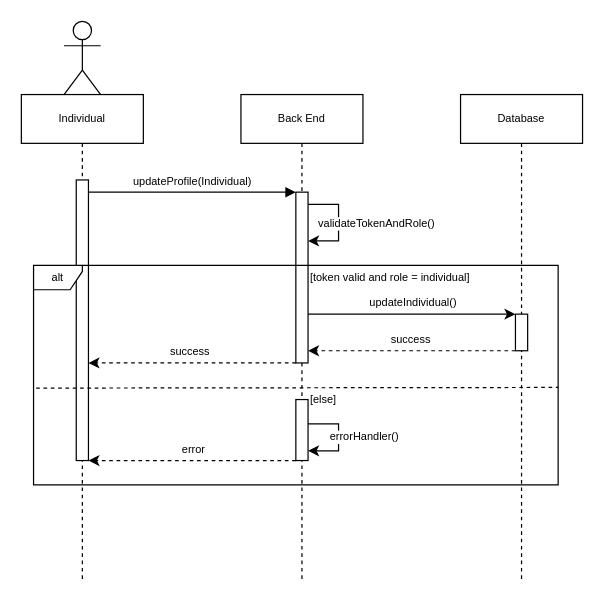
Above: page "Ind Update Profile" (3 of 14) of diagram/Untitled Diagram.drawio in SeeN-Zero/foundlunteer-diagram (draw.io), before the change. Source tidied: cells renumbered, new cells numbered last; positions are measured from the earlier drawing's top-left corner, leaving out a move shared by most shapes. Both pictures are drawn from the tidied source at 122%, with x=0, y=0 at pixel (21, 21).
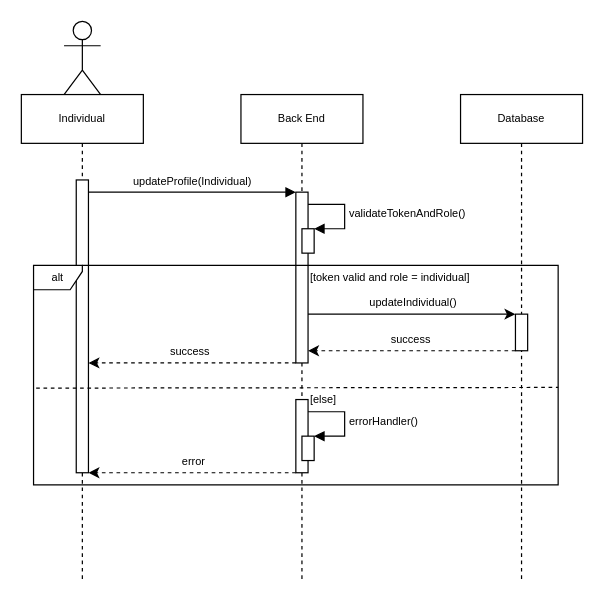
The same page after the edit.

The change refers to these unchanged cells:
```xml
<mxCell id="2" value="Individual" style="shape=umlLifeline;perimeter=lifelinePerimeter;whiteSpace=wrap;html=1;newEdgeStyle={&quot;edgeStyle&quot;:&quot;elbowEdgeStyle&quot;,&quot;elbow&quot;:&quot;vertical&quot;,&quot;curved&quot;:0,&quot;rounded&quot;:0};fontSize=9;" parent="1" vertex="1">
  <mxGeometry y="60" width="100" height="400" as="geometry" />
</mxCell>
<mxCell id="4" value="Back End" style="shape=umlLifeline;perimeter=lifelinePerimeter;whiteSpace=wrap;html=1;newEdgeStyle={&quot;edgeStyle&quot;:&quot;elbowEdgeStyle&quot;,&quot;elbow&quot;:&quot;vertical&quot;,&quot;curved&quot;:0,&quot;rounded&quot;:0};fontSize=9;" parent="1" vertex="1">
  <mxGeometry x="180" y="60" width="100" height="400" as="geometry" />
</mxCell>
<mxCell id="5" style="html=1;points=[];perimeter=orthogonalPerimeter;outlineConnect=0;targetShapes=umlLifeline;portConstraint=eastwest;newEdgeStyle={&quot;edgeStyle&quot;:&quot;elbowEdgeStyle&quot;,&quot;elbow&quot;:&quot;vertical&quot;,&quot;curved&quot;:0,&quot;rounded&quot;:0};fontSize=9;" parent="4" vertex="1">
  <mxGeometry x="45" y="80" width="10" height="140" as="geometry" />
</mxCell>
```

Change to the diagram source:
```diff
@@
     <mxCell id="3" style="html=1;points=[];perimeter=orthogonalPerimeter;outlineConnect=0;targetShapes=umlLifeline;portConstraint=eastwest;newEdgeStyle={&quot;edgeStyle&quot;:&quot;elbowEdgeStyle&quot;,&quot;elbow&quot;:&quot;vertical&quot;,&quot;curved&quot;:0,&quot;rounded&quot;:0};fontSize=9;" parent="2" vertex="1">
-      <mxGeometry x="45" y="70" width="10" height="230" as="geometry" />
+      <mxGeometry x="45" y="70" width="10" height="240" as="geometry" />
     </mxCell>
@@
+    <mxCell id="27" style="html=1;points=[];perimeter=orthogonalPerimeter;outlineConnect=0;targetShapes=umlLifeline;portConstraint=eastwest;newEdgeStyle={&quot;edgeStyle&quot;:&quot;elbowEdgeStyle&quot;,&quot;elbow&quot;:&quot;vertical&quot;,&quot;curved&quot;:0,&quot;rounded&quot;:0};fontFamily=Helvetica;fontSize=9;" parent="4" vertex="1">
+      <mxGeometry x="50" y="110" width="10" height="20" as="geometry" />
+    </mxCell>
+    <mxCell id="21" value="validateTokenAndRole()" style="html=1;align=left;spacingLeft=2;endArrow=block;rounded=0;edgeStyle=orthogonalEdgeStyle;curved=0;rounded=0;fontFamily=Helvetica;fontSize=9;" parent="4" edge="1" target="27">
+      <mxGeometry x="0.01" relative="1" as="geometry">
+        <mxPoint x="55" y="90" as="sourcePoint" />
+        <Array as="points">
+          <mxPoint x="85" y="90" />
+          <mxPoint x="85" y="110" />
+        </Array>
+      </mxGeometry>
+    </mxCell>
@@
     <mxCell id="15" style="edgeStyle=elbowEdgeStyle;rounded=0;jettySize=auto;html=1;elbow=vertical;curved=0;fontFamily=Helvetica;fontSize=9;fontColor=default;dashed=1;" parent="1" edge="1" source="17" target="3">
       <mxGeometry relative="1" as="geometry">
         <Array as="points">
+          <mxPoint x="90" y="370" />
           <mxPoint x="170" y="360" />
         </Array>
       </mxGeometry>
     </mxCell>
@@
     <mxCell id="17" style="html=1;points=[];perimeter=orthogonalPerimeter;outlineConnect=0;targetShapes=umlLifeline;portConstraint=eastwest;newEdgeStyle={&quot;edgeStyle&quot;:&quot;elbowEdgeStyle&quot;,&quot;elbow&quot;:&quot;vertical&quot;,&quot;curved&quot;:0,&quot;rounded&quot;:0};labelBackgroundColor=default;fontFamily=Helvetica;fontSize=9;" parent="1" vertex="1">
-      <mxGeometry x="225" y="310" width="10" height="50" as="geometry" />
+      <mxGeometry x="225" y="310" width="10" height="60" as="geometry" />
     </mxCell>
-    <mxCell id="18" style="rounded=0;jettySize=auto;html=1;fontFamily=Helvetica;fontSize=9;fontColor=default;edgeStyle=orthogonalEdgeStyle;" parent="1" edge="1" source="17">
-      <mxGeometry relative="1" as="geometry">
-        <mxPoint x="235" y="352" as="targetPoint" />
-        <Array as="points">
-          <mxPoint x="260" y="330" />
-        </Array>
-      </mxGeometry>
-    </mxCell>
-    <mxCell id="19" value="errorHandler()" style="edgeLabel;html=1;align=center;verticalAlign=middle;fontSize=9;fontFamily=Helvetica;fontColor=default;" parent="18" vertex="1">
-      <mxGeometry x="0.23" relative="1" as="geometry">
-        <mxPoint x="20" y="-9" as="offset" />
-      </mxGeometry>
-    </mxCell>
-    <mxCell id="20" style="edgeStyle=elbowEdgeStyle;rounded=0;jettySize=auto;html=1;fontFamily=Helvetica;fontSize=9;fontColor=default;exitX=1;exitY=0.643;exitDx=0;exitDy=0;exitPerimeter=0;" parent="1" edge="1" target="5">
-      <mxGeometry relative="1" as="geometry">
-        <mxPoint x="235" y="150" as="sourcePoint" />
-        <Array as="points">
-          <mxPoint x="260" y="180" />
-          <mxPoint x="260" y="170" />
-          <mxPoint x="250" y="190" />
-          <mxPoint x="250" y="170" />
-          <mxPoint x="260" y="190" />
-          <mxPoint x="260" y="180" />
-          <mxPoint x="260" y="160" />
-        </Array>
-      </mxGeometry>
-    </mxCell>
-    <mxCell id="21" value="validateTokenAndRole()" style="edgeLabel;html=1;align=center;verticalAlign=middle;fontSize=9;fontFamily=Helvetica;fontColor=default;" parent="20" vertex="1">
-      <mxGeometry y="-1" relative="1" as="geometry">
-        <mxPoint x="31" as="offset" />
-      </mxGeometry>
-    </mxCell>
@@
+    <mxCell id="28" style="html=1;points=[];perimeter=orthogonalPerimeter;outlineConnect=0;targetShapes=umlLifeline;portConstraint=eastwest;newEdgeStyle={&quot;edgeStyle&quot;:&quot;elbowEdgeStyle&quot;,&quot;elbow&quot;:&quot;vertical&quot;,&quot;curved&quot;:0,&quot;rounded&quot;:0};fontFamily=Helvetica;fontSize=9;" parent="1" vertex="1">
+      <mxGeometry x="230" y="340" width="10" height="20" as="geometry" />
+    </mxCell>
+    <mxCell id="19" value="errorHandler()" style="html=1;align=left;spacingLeft=2;endArrow=block;rounded=0;edgeStyle=orthogonalEdgeStyle;curved=0;rounded=0;fontFamily=Helvetica;fontSize=9;" parent="1" edge="1" target="28">
+      <mxGeometry x="0.01" relative="1" as="geometry">
+        <mxPoint x="235" y="320" as="sourcePoint" />
+        <Array as="points">
+          <mxPoint x="265" y="320" />
+          <mxPoint x="265" y="340" />
+        </Array>
+      </mxGeometry>
+    </mxCell>
```
